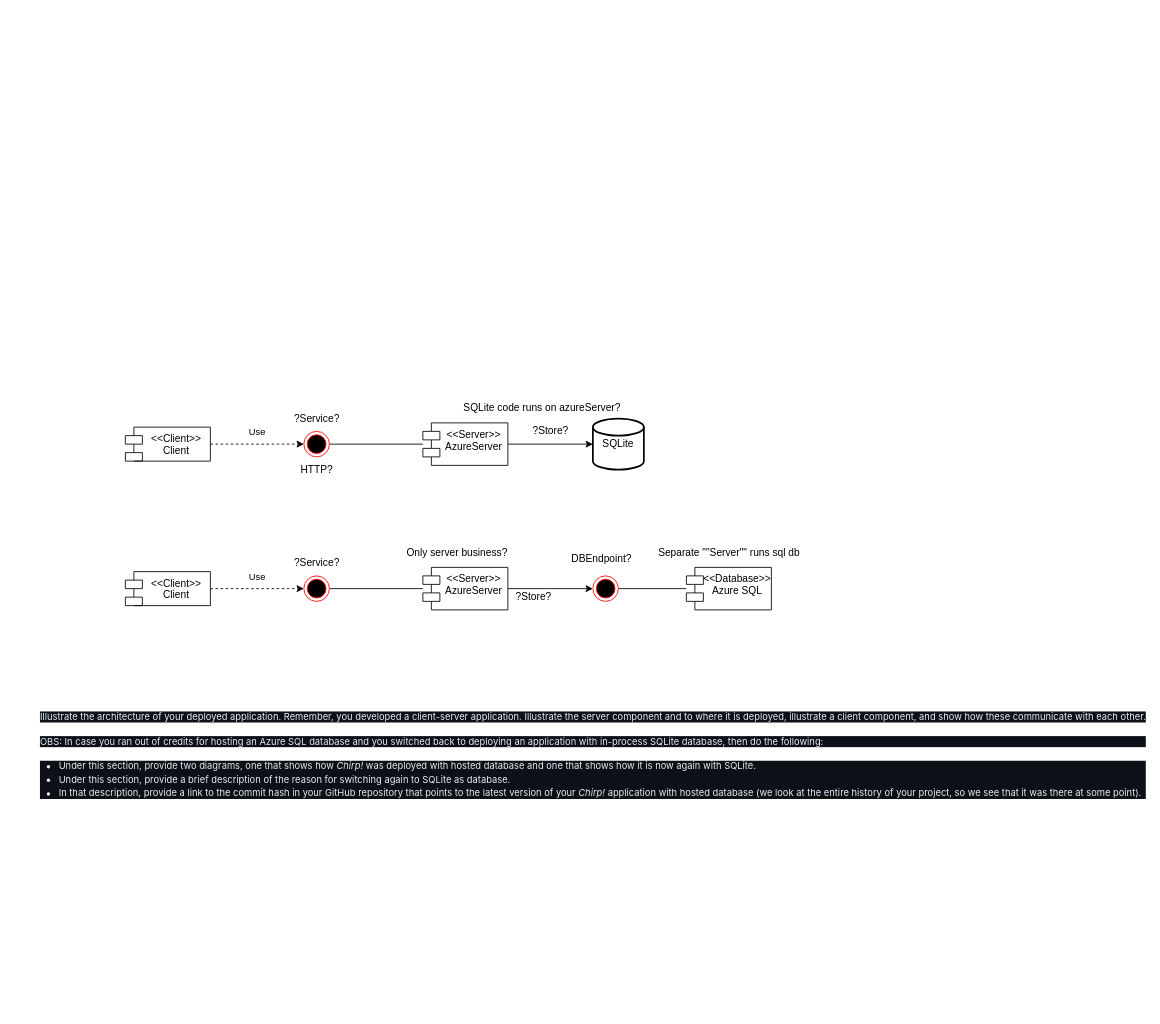
ITU-BDSA23-GROUP22/Chirp keeps this draw.io diagram as docs/images/DeployedArchithecture.drawio. Above is the earlier version. Source tidied: cells renumbered, new cells numbered last; positions are measured from the earlier drawing's top-left corner, leaving out a move shared by most shapes. Both pictures are drawn from the tidied source at 85%, with x=0, y=0 at pixel (65, 395).
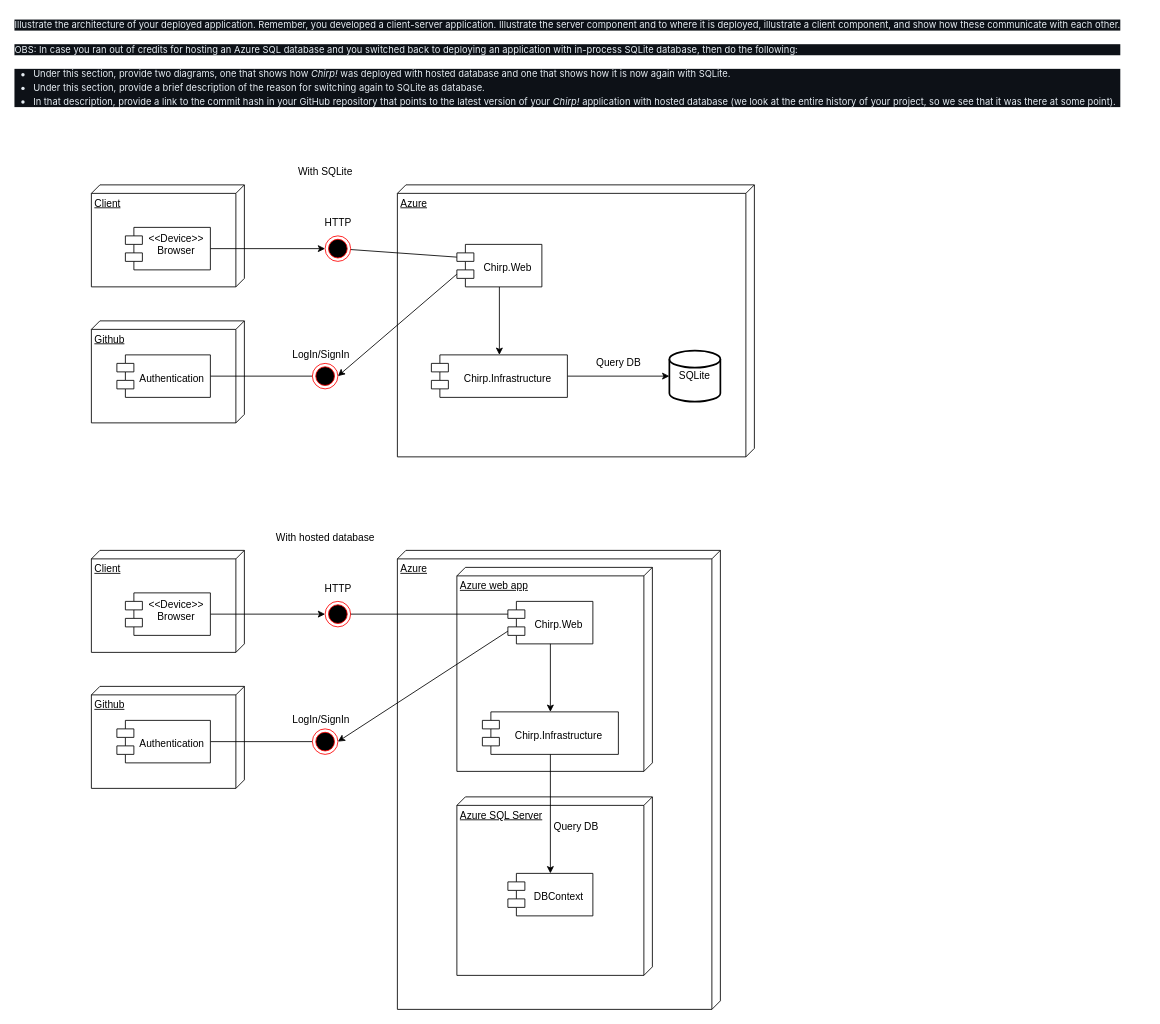
Above is the later version.

The edit, as a diff of the source:
```diff
@@
-    <mxCell id="2" style="edgeStyle=orthogonalEdgeStyle;rounded=0;jettySize=auto;html=1;dashed=1;" parent="1" edge="1" source="4" target="6">
-      <mxGeometry relative="1" as="geometry" />
-    </mxCell>
-    <mxCell id="3" value="Use" style="edgeLabel;html=1;align=center;verticalAlign=middle;" parent="2" vertex="1">
-      <mxGeometry x="-0.02" y="1" relative="1" as="geometry">
-        <mxPoint y="-14" as="offset" />
-      </mxGeometry>
-    </mxCell>
+    <mxCell id="30" value="Azure" style="verticalAlign=top;align=left;spacingTop=8;spacingLeft=2;spacingRight=12;shape=cube;size=10;direction=south;fontStyle=4;html=1;whiteSpace=wrap;" parent="1" vertex="1">
+      <mxGeometry x="390" y="-248" width="420" height="320" as="geometry" />
+    </mxCell>
+    <mxCell id="31" value="Github" style="verticalAlign=top;align=left;spacingTop=8;spacingLeft=2;spacingRight=12;shape=cube;size=10;direction=south;fontStyle=4;html=1;whiteSpace=wrap;" parent="1" vertex="1">
+      <mxGeometry x="30" y="-88" width="180" height="120" as="geometry" />
+    </mxCell>
+    <mxCell id="32" value="Client" style="verticalAlign=top;align=left;spacingTop=8;spacingLeft=2;spacingRight=12;shape=cube;size=10;direction=south;fontStyle=4;html=1;whiteSpace=wrap;" parent="1" vertex="1">
+      <mxGeometry x="30" y="-248" width="180" height="120" as="geometry" />
+    </mxCell>
+    <mxCell id="33" style="edgeStyle=orthogonalEdgeStyle;rounded=0;jettySize=auto;html=1;" parent="1" edge="1" source="4" target="42">
+      <mxGeometry relative="1" as="geometry" />
+    </mxCell>
-    <mxCell id="4" value="&amp;lt;&amp;lt;Client&amp;gt;&amp;gt;&lt;br&gt;Client" style="shape=module;align=left;spacingLeft=20;align=center;verticalAlign=top;whiteSpace=wrap;html=1;" parent="1" vertex="1">
-      <mxGeometry x="70" y="37" width="100" height="40" as="geometry" />
+    <mxCell id="4" value="&amp;lt;&amp;lt;Device&amp;gt;&amp;gt;&lt;br&gt;Browser" style="shape=module;align=left;spacingLeft=20;align=center;verticalAlign=top;whiteSpace=wrap;html=1;" parent="1" vertex="1">
+      <mxGeometry x="70" y="-198" width="100" height="50" as="geometry" />
     </mxCell>
-    <mxCell id="5" style="edgeStyle=orthogonalEdgeStyle;rounded=0;jettySize=auto;html=1;endArrow=none;endFill=0;" parent="1" edge="1" source="6" target="9">
-      <mxGeometry relative="1" as="geometry" />
-    </mxCell>
-    <mxCell id="6" style="ellipse;html=1;shape=endState;fillColor=#000000;strokeColor=#ff0000;" parent="1" vertex="1">
-      <mxGeometry x="280" y="42" width="30" height="30" as="geometry" />
-    </mxCell>
     <mxCell id="7" value="&lt;p style=&quot;box-sizing: border-box; margin-top: 0px; margin-bottom: 16px; color: rgb(230, 237, 243); font-family: -apple-system, BlinkMacSystemFont, &amp;quot;Segoe UI&amp;quot;, &amp;quot;Noto Sans&amp;quot;, Helvetica, Arial, sans-serif, &amp;quot;Apple Color Emoji&amp;quot;, &amp;quot;Segoe UI Emoji&amp;quot;; font-size: 11px; text-align: start; background-color: rgb(13, 17, 23);&quot; dir=&quot;auto&quot;&gt;Illustrate the architecture of your deployed application. Remember, you developed a client-server application. Illustrate the server component and to where it is deployed, illustrate a client component, and show how these communicate with each other.&lt;/p&gt;&lt;p style=&quot;box-sizing: border-box; margin-top: 0px; margin-bottom: 16px; color: rgb(230, 237, 243); font-family: -apple-system, BlinkMacSystemFont, &amp;quot;Segoe UI&amp;quot;, &amp;quot;Noto Sans&amp;quot;, Helvetica, Arial, sans-serif, &amp;quot;Apple Color Emoji&amp;quot;, &amp;quot;Segoe UI Emoji&amp;quot;; font-size: 11px; text-align: start; background-color: rgb(13, 17, 23);&quot; dir=&quot;auto&quot;&gt;OBS: In case you ran out of credits for hosting an Azure SQL database and you switched back to deploying an application with in-process SQLite database, then do the following:&lt;/p&gt;&lt;ul style=&quot;box-sizing: border-box; padding-left: 2em; margin-top: 0px; margin-bottom: 16px; color: rgb(230, 237, 243); font-family: -apple-system, BlinkMacSystemFont, &amp;quot;Segoe UI&amp;quot;, &amp;quot;Noto Sans&amp;quot;, Helvetica, Arial, sans-serif, &amp;quot;Apple Color Emoji&amp;quot;, &amp;quot;Segoe UI Emoji&amp;quot;; font-size: 11px; text-align: start; background-color: rgb(13, 17, 23);&quot; dir=&quot;auto&quot;&gt;&lt;li style=&quot;box-sizing: border-box; font-size: 11px;&quot;&gt;Under this section, provide two diagrams, one that shows how&amp;nbsp;&lt;em style=&quot;box-sizing: border-box; font-size: 11px;&quot;&gt;Chirp!&lt;/em&gt;&amp;nbsp;was deployed with hosted database and one that shows how it is now again with SQLite.&lt;/li&gt;&lt;li style=&quot;box-sizing: border-box; margin-top: 0.25em; font-size: 11px;&quot;&gt;Under this section, provide a brief description of the reason for switching again to SQLite as database.&lt;/li&gt;&lt;li style=&quot;box-sizing: border-box; margin-top: 0.25em; font-size: 11px;&quot;&gt;In that description, provide a link to the commit hash in your GitHub repository that points to the latest version of your&amp;nbsp;&lt;em style=&quot;box-sizing: border-box; font-size: 11px;&quot;&gt;Chirp!&lt;/em&gt;&amp;nbsp;application with hosted database (we look at the entire history of your project, so we see that it was there at some point).&lt;/li&gt;&lt;/ul&gt;" style="text;html=1;align=center;verticalAlign=middle;strokeColor=none;fillColor=none;fontSize=11;" parent="1" vertex="1">
-      <mxGeometry y="366" width="1240" height="130" as="geometry" />
+      <mxGeometry x="-30" y="-448" width="1240" height="130" as="geometry" />
     </mxCell>
-    <mxCell id="8" style="edgeStyle=orthogonalEdgeStyle;rounded=0;jettySize=auto;html=1;entryX=0;entryY=0.5;entryDx=0;entryDy=0;entryPerimeter=0;" parent="1" edge="1" source="9" target="11">
-      <mxGeometry relative="1" as="geometry" />
-    </mxCell>
-    <mxCell id="9" value="&amp;lt;&amp;lt;Server&amp;gt;&amp;gt;&lt;br&gt;AzureServer" style="shape=module;align=left;spacingLeft=20;align=center;verticalAlign=top;whiteSpace=wrap;html=1;" parent="1" vertex="1">
-      <mxGeometry x="420" y="32" width="100" height="50" as="geometry" />
-    </mxCell>
-    <mxCell id="10" value="?Service?" style="text;html=1;align=center;verticalAlign=middle;strokeColor=none;fillColor=none;" parent="1" vertex="1">
-      <mxGeometry x="255" y="12" width="80" height="30" as="geometry" />
-    </mxCell>
     <mxCell id="11" value="SQLite" style="strokeWidth=2;html=1;shape=mxgraph.flowchart.database;whiteSpace=wrap;" parent="1" vertex="1">
-      <mxGeometry x="620" y="27" width="60" height="60" as="geometry" />
+      <mxGeometry x="710" y="-53" width="60" height="60" as="geometry" />
     </mxCell>
-    <mxCell id="12" value="?Store?" style="text;html=1;align=center;verticalAlign=middle;strokeColor=none;fillColor=none;" parent="1" vertex="1">
-      <mxGeometry x="535" y="27" width="70" height="30" as="geometry" />
-    </mxCell>
-    <mxCell id="13" style="edgeStyle=orthogonalEdgeStyle;rounded=0;jettySize=auto;html=1;dashed=1;" parent="1" edge="1" source="15" target="17">
-      <mxGeometry relative="1" as="geometry" />
-    </mxCell>
-    <mxCell id="14" value="Use" style="edgeLabel;html=1;align=center;verticalAlign=middle;" parent="13" vertex="1">
-      <mxGeometry x="-0.02" y="1" relative="1" as="geometry">
-        <mxPoint y="-14" as="offset" />
-      </mxGeometry>
-    </mxCell>
-    <mxCell id="15" value="&amp;lt;&amp;lt;Client&amp;gt;&amp;gt;&lt;br&gt;Client" style="shape=module;align=left;spacingLeft=20;align=center;verticalAlign=top;whiteSpace=wrap;html=1;" parent="1" vertex="1">
-      <mxGeometry x="70" y="207" width="100" height="40" as="geometry" />
-    </mxCell>
-    <mxCell id="16" style="edgeStyle=orthogonalEdgeStyle;rounded=0;jettySize=auto;html=1;endArrow=none;endFill=0;" parent="1" edge="1" source="17" target="19">
-      <mxGeometry relative="1" as="geometry" />
-    </mxCell>
-    <mxCell id="17" style="ellipse;html=1;shape=endState;fillColor=#000000;strokeColor=#ff0000;" parent="1" vertex="1">
-      <mxGeometry x="280" y="212" width="30" height="30" as="geometry" />
-    </mxCell>
-    <mxCell id="18" style="edgeStyle=orthogonalEdgeStyle;rounded=0;jettySize=auto;html=1;entryX=0;entryY=0.5;entryDx=0;entryDy=0;entryPerimeter=0;" parent="1" edge="1" source="19">
-      <mxGeometry relative="1" as="geometry">
-        <mxPoint x="620" y="227" as="targetPoint" />
-      </mxGeometry>
-    </mxCell>
-    <mxCell id="19" value="&amp;lt;&amp;lt;Server&amp;gt;&amp;gt;&lt;br&gt;AzureServer" style="shape=module;align=left;spacingLeft=20;align=center;verticalAlign=top;whiteSpace=wrap;html=1;" parent="1" vertex="1">
-      <mxGeometry x="420" y="202" width="100" height="50" as="geometry" />
-    </mxCell>
-    <mxCell id="20" value="?Service?" style="text;html=1;align=center;verticalAlign=middle;strokeColor=none;fillColor=none;" parent="1" vertex="1">
-      <mxGeometry x="255" y="182" width="80" height="30" as="geometry" />
-    </mxCell>
-    <mxCell id="21" value="?Store?" style="text;html=1;align=center;verticalAlign=middle;strokeColor=none;fillColor=none;" parent="1" vertex="1">
-      <mxGeometry x="515" y="222" width="70" height="30" as="geometry" />
-    </mxCell>
-    <mxCell id="22" value="HTTP?" style="text;html=1;align=center;verticalAlign=middle;strokeColor=none;fillColor=none;" parent="1" vertex="1">
-      <mxGeometry x="265" y="72" width="60" height="30" as="geometry" />
-    </mxCell>
-    <mxCell id="23" value="&amp;lt;&amp;lt;Database&amp;gt;&amp;gt;&lt;br&gt;Azure SQL&lt;br&gt;" style="shape=module;align=left;spacingLeft=20;align=center;verticalAlign=top;whiteSpace=wrap;html=1;" parent="1" vertex="1">
-      <mxGeometry x="730" y="202" width="100" height="50" as="geometry" />
-    </mxCell>
-    <mxCell id="24" style="edgeStyle=orthogonalEdgeStyle;rounded=0;jettySize=auto;html=1;endArrow=none;endFill=0;" parent="1" edge="1" source="25" target="23">
-      <mxGeometry relative="1" as="geometry" />
-    </mxCell>
-    <mxCell id="25" style="ellipse;html=1;shape=endState;fillColor=#000000;strokeColor=#ff0000;" parent="1" vertex="1">
-      <mxGeometry x="620" y="212" width="30" height="30" as="geometry" />
-    </mxCell>
-    <mxCell id="26" value="DBEndpoint?" style="text;html=1;align=center;verticalAlign=middle;strokeColor=none;fillColor=none;" parent="1" vertex="1">
-      <mxGeometry x="585" y="177" width="90" height="30" as="geometry" />
-    </mxCell>
-    <mxCell id="27" value="SQLite code runs on azureServer?" style="text;html=1;align=center;verticalAlign=middle;strokeColor=none;fillColor=none;" parent="1" vertex="1">
-      <mxGeometry x="455" width="210" height="30" as="geometry" />
-    </mxCell>
-    <mxCell id="28" value="Separate &quot;&quot;Server&quot;&quot; runs sql db" style="text;html=1;align=center;verticalAlign=middle;strokeColor=none;fillColor=none;" parent="1" vertex="1">
-      <mxGeometry x="685" y="170" width="190" height="30" as="geometry" />
-    </mxCell>
-    <mxCell id="29" value="Only server business?" style="text;html=1;align=center;verticalAlign=middle;strokeColor=none;fillColor=none;" parent="1" vertex="1">
-      <mxGeometry x="390" y="170" width="140" height="30" as="geometry" />
-    </mxCell>
+    <mxCell id="34" style="edgeStyle=orthogonalEdgeStyle;rounded=0;jettySize=auto;html=1;entryX=0;entryY=0.5;entryDx=0;entryDy=0;endArrow=none;endFill=0;" parent="1" edge="1" source="35" target="43">
+      <mxGeometry relative="1" as="geometry" />
+    </mxCell>
+    <mxCell id="35" value="&lt;br&gt;Authentication" style="shape=module;align=left;spacingLeft=20;align=center;verticalAlign=top;whiteSpace=wrap;html=1;" parent="1" vertex="1">
+      <mxGeometry x="60" y="-48" width="110" height="50" as="geometry" />
+    </mxCell>
+    <mxCell id="36" style="rounded=0;jettySize=auto;html=1;exitX=0;exitY=0;exitDx=0;exitDy=35;exitPerimeter=0;entryX=1;entryY=0.5;entryDx=0;entryDy=0;" parent="1" edge="1" source="39" target="43">
+      <mxGeometry relative="1" as="geometry" />
+    </mxCell>
+    <mxCell id="37" style="rounded=0;jettySize=auto;html=1;exitX=0;exitY=0;exitDx=0;exitDy=15;exitPerimeter=0;endArrow=none;endFill=0;" parent="1" edge="1" source="39" target="42">
+      <mxGeometry relative="1" as="geometry" />
+    </mxCell>
+    <mxCell id="38" style="edgeStyle=orthogonalEdgeStyle;rounded=0;jettySize=auto;html=1;" parent="1" edge="1" source="39" target="41">
+      <mxGeometry relative="1" as="geometry" />
+    </mxCell>
+    <mxCell id="39" value="&lt;br&gt;Chirp.Web" style="shape=module;align=left;spacingLeft=20;align=center;verticalAlign=top;whiteSpace=wrap;html=1;" parent="1" vertex="1">
+      <mxGeometry x="460" y="-178" width="100" height="50" as="geometry" />
+    </mxCell>
+    <mxCell id="40" style="edgeStyle=orthogonalEdgeStyle;rounded=0;jettySize=auto;html=1;" parent="1" edge="1" source="41" target="11">
+      <mxGeometry relative="1" as="geometry" />
+    </mxCell>
+    <mxCell id="41" value="&lt;br&gt;Chirp.Infrastructure" style="shape=module;align=left;spacingLeft=20;align=center;verticalAlign=top;whiteSpace=wrap;html=1;" parent="1" vertex="1">
+      <mxGeometry x="430" y="-48" width="160" height="50" as="geometry" />
+    </mxCell>
+    <mxCell id="42" style="ellipse;html=1;shape=endState;fillColor=#000000;strokeColor=#ff0000;" parent="1" vertex="1">
+      <mxGeometry x="305" y="-188" width="30" height="30" as="geometry" />
+    </mxCell>
+    <mxCell id="43" style="ellipse;html=1;shape=endState;fillColor=#000000;strokeColor=#ff0000;" parent="1" vertex="1">
+      <mxGeometry x="290" y="-38" width="30" height="30" as="geometry" />
+    </mxCell>
+    <mxCell id="44" value="HTTP" style="text;html=1;align=center;verticalAlign=middle;strokeColor=none;fillColor=none;" parent="1" vertex="1">
+      <mxGeometry x="295" y="-218" width="50" height="30" as="geometry" />
+    </mxCell>
+    <mxCell id="45" value="LogIn/SignIn" style="text;html=1;align=center;verticalAlign=middle;strokeColor=none;fillColor=none;" parent="1" vertex="1">
+      <mxGeometry x="255" y="-63" width="90" height="30" as="geometry" />
+    </mxCell>
+    <mxCell id="46" value="Query DB" style="text;html=1;align=center;verticalAlign=middle;strokeColor=none;fillColor=none;" parent="1" vertex="1">
+      <mxGeometry x="610" y="-53" width="80" height="30" as="geometry" />
+    </mxCell>
+    <mxCell id="47" value="With SQLite" style="text;html=1;align=center;verticalAlign=middle;strokeColor=none;fillColor=none;" parent="1" vertex="1">
+      <mxGeometry x="260" y="-278" width="90" height="30" as="geometry" />
+    </mxCell>
+    <mxCell id="48" value="Azure" style="verticalAlign=top;align=left;spacingTop=8;spacingLeft=2;spacingRight=12;shape=cube;size=10;direction=south;fontStyle=4;html=1;whiteSpace=wrap;" parent="1" vertex="1">
+      <mxGeometry x="390" y="182" width="380" height="540" as="geometry" />
+    </mxCell>
+    <mxCell id="49" value="Github" style="verticalAlign=top;align=left;spacingTop=8;spacingLeft=2;spacingRight=12;shape=cube;size=10;direction=south;fontStyle=4;html=1;whiteSpace=wrap;" parent="1" vertex="1">
+      <mxGeometry x="30" y="342" width="180" height="120" as="geometry" />
+    </mxCell>
+    <mxCell id="50" value="Client" style="verticalAlign=top;align=left;spacingTop=8;spacingLeft=2;spacingRight=12;shape=cube;size=10;direction=south;fontStyle=4;html=1;whiteSpace=wrap;" parent="1" vertex="1">
+      <mxGeometry x="30" y="182" width="180" height="120" as="geometry" />
+    </mxCell>
+    <mxCell id="51" style="edgeStyle=orthogonalEdgeStyle;rounded=0;jettySize=auto;html=1;" parent="1" edge="1" source="52" target="55">
+      <mxGeometry relative="1" as="geometry" />
+    </mxCell>
+    <mxCell id="52" value="&amp;lt;&amp;lt;Device&amp;gt;&amp;gt;&lt;br&gt;Browser" style="shape=module;align=left;spacingLeft=20;align=center;verticalAlign=top;whiteSpace=wrap;html=1;" parent="1" vertex="1">
+      <mxGeometry x="70" y="232" width="100" height="50" as="geometry" />
+    </mxCell>
+    <mxCell id="53" style="edgeStyle=orthogonalEdgeStyle;rounded=0;jettySize=auto;html=1;entryX=0;entryY=0.5;entryDx=0;entryDy=0;endArrow=none;endFill=0;" parent="1" edge="1" source="54" target="56">
+      <mxGeometry relative="1" as="geometry" />
+    </mxCell>
+    <mxCell id="54" value="&lt;br&gt;Authentication" style="shape=module;align=left;spacingLeft=20;align=center;verticalAlign=top;whiteSpace=wrap;html=1;" parent="1" vertex="1">
+      <mxGeometry x="60" y="382" width="110" height="50" as="geometry" />
+    </mxCell>
+    <mxCell id="55" style="ellipse;html=1;shape=endState;fillColor=#000000;strokeColor=#ff0000;" parent="1" vertex="1">
+      <mxGeometry x="305" y="242" width="30" height="30" as="geometry" />
+    </mxCell>
+    <mxCell id="56" style="ellipse;html=1;shape=endState;fillColor=#000000;strokeColor=#ff0000;" parent="1" vertex="1">
+      <mxGeometry x="290" y="392" width="30" height="30" as="geometry" />
+    </mxCell>
+    <mxCell id="57" value="Azure web app" style="verticalAlign=top;align=left;spacingTop=8;spacingLeft=2;spacingRight=12;shape=cube;size=10;direction=south;fontStyle=4;html=1;whiteSpace=wrap;" parent="1" vertex="1">
+      <mxGeometry x="460" y="202" width="230" height="240" as="geometry" />
+    </mxCell>
+    <mxCell id="58" value="HTTP" style="text;html=1;align=center;verticalAlign=middle;strokeColor=none;fillColor=none;" parent="1" vertex="1">
+      <mxGeometry x="295" y="212" width="50" height="30" as="geometry" />
+    </mxCell>
+    <mxCell id="59" value="LogIn/SignIn" style="text;html=1;align=center;verticalAlign=middle;strokeColor=none;fillColor=none;" parent="1" vertex="1">
+      <mxGeometry x="255" y="367" width="90" height="30" as="geometry" />
+    </mxCell>
+    <mxCell id="60" value="With hosted database" style="text;html=1;align=center;verticalAlign=middle;strokeColor=none;fillColor=none;" parent="1" vertex="1">
+      <mxGeometry x="235" y="152" width="140" height="30" as="geometry" />
+    </mxCell>
+    <mxCell id="61" value="&lt;br&gt;Chirp.Web" style="shape=module;align=left;spacingLeft=20;align=center;verticalAlign=top;whiteSpace=wrap;html=1;" parent="1" vertex="1">
+      <mxGeometry x="520" y="242" width="100" height="50" as="geometry" />
+    </mxCell>
+    <mxCell id="62" value="&lt;br&gt;Chirp.Infrastructure" style="shape=module;align=left;spacingLeft=20;align=center;verticalAlign=top;whiteSpace=wrap;html=1;" parent="1" vertex="1">
+      <mxGeometry x="490" y="372" width="160" height="50" as="geometry" />
+    </mxCell>
+    <mxCell id="63" style="edgeStyle=orthogonalEdgeStyle;rounded=0;jettySize=auto;html=1;" parent="1" edge="1" source="61" target="62">
+      <mxGeometry relative="1" as="geometry" />
+    </mxCell>
+    <mxCell id="64" style="rounded=0;jettySize=auto;html=1;exitX=0;exitY=0;exitDx=0;exitDy=15;exitPerimeter=0;endArrow=none;endFill=0;" parent="1" edge="1" source="61" target="55">
+      <mxGeometry relative="1" as="geometry" />
+    </mxCell>
+    <mxCell id="65" style="rounded=0;jettySize=auto;html=1;exitX=0;exitY=0;exitDx=0;exitDy=35;exitPerimeter=0;entryX=1;entryY=0.5;entryDx=0;entryDy=0;" parent="1" edge="1" source="61" target="56">
+      <mxGeometry relative="1" as="geometry" />
+    </mxCell>
+    <mxCell id="66" value="Azure SQL Server" style="verticalAlign=top;align=left;spacingTop=8;spacingLeft=2;spacingRight=12;shape=cube;size=10;direction=south;fontStyle=4;html=1;whiteSpace=wrap;" parent="1" vertex="1">
+      <mxGeometry x="460" y="472" width="230" height="210" as="geometry" />
+    </mxCell>
+    <mxCell id="67" value="&lt;br&gt;DBContext" style="shape=module;align=left;spacingLeft=20;align=center;verticalAlign=top;whiteSpace=wrap;html=1;" parent="1" vertex="1">
+      <mxGeometry x="520" y="562" width="100" height="50" as="geometry" />
+    </mxCell>
+    <mxCell id="68" style="edgeStyle=orthogonalEdgeStyle;rounded=0;jettySize=auto;html=1;" parent="1" edge="1" source="62" target="67">
+      <mxGeometry relative="1" as="geometry" />
+    </mxCell>
+    <mxCell id="69" value="Query DB" style="text;html=1;align=center;verticalAlign=middle;strokeColor=none;fillColor=none;" parent="1" vertex="1">
+      <mxGeometry x="560" y="492" width="80" height="30" as="geometry" />
+    </mxCell>
```
